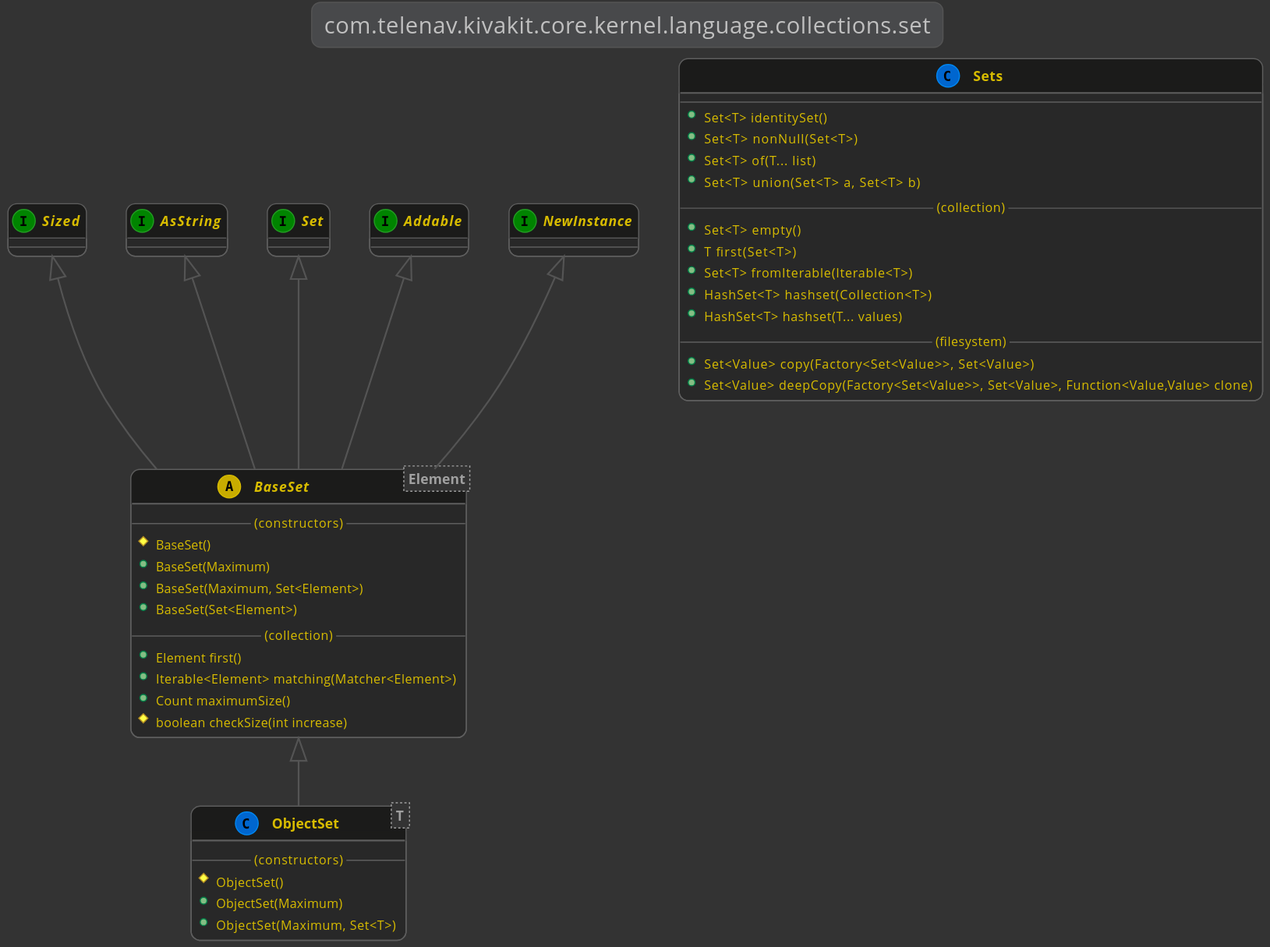
The PlantUML diagram kivakit-core/kernel/documentation/diagrams/com.telenav.kivakit.core.kernel.language.collections.set.svg in Telenav/kivakit, before a commit.
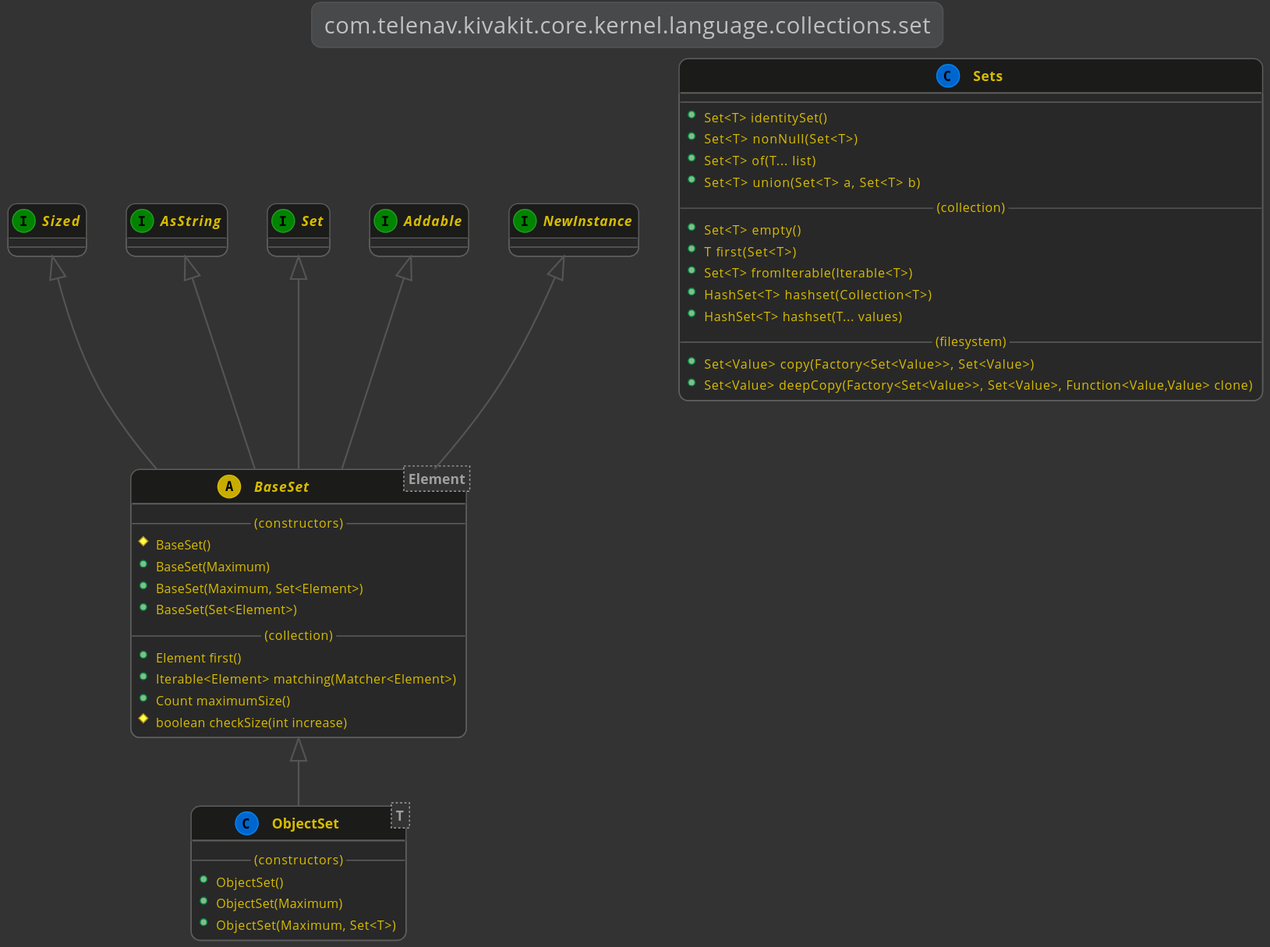
The same diagram one commit later.

The edit, as a diff of the source:
```diff
@@ -35,7 +35,7 @@
     class ObjectSet<T>
     {
         --(constructors)--
-        #ObjectSet()
+        +ObjectSet()
         +ObjectSet(Maximum)
         +ObjectSet(Maximum, Set<T>)
     }
```
